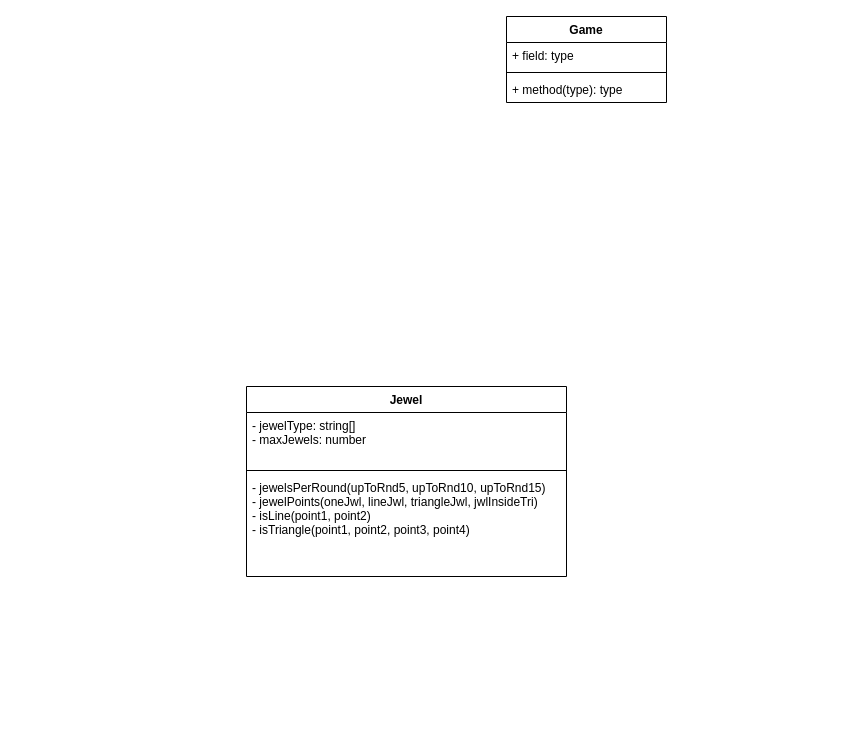
Before: design/class-diagram.drawio in sam-corbett/ICS4U-Final-Project-Sam, a draw.io diagram. Source tidied: cells renumbered, new cells numbered last; positions are measured from the earlier drawing's top-left corner, leaving out a move shared by most shapes. Both pictures are drawn from the tidied source at 100%, with x=0, y=0 at pixel (246, 16).
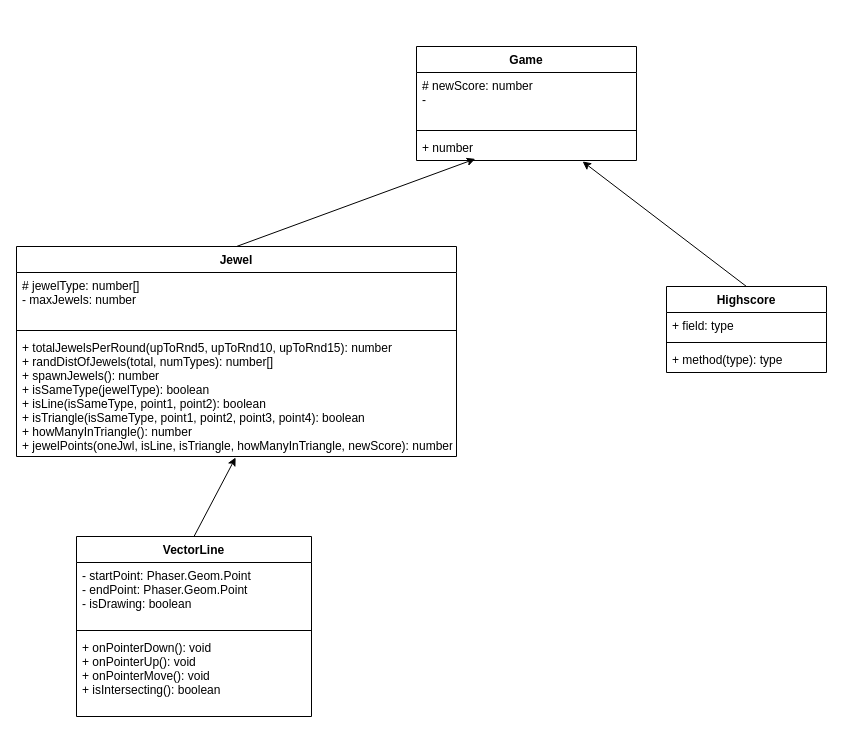
The same page after the edit.

Commit message:
class diagram in progress

Diff of the diagram source:
```diff
@@
+    <mxCell id="10" style="edgeStyle=none;html=1;exitX=0.5;exitY=0;exitDx=0;exitDy=0;entryX=0.267;entryY=0.938;entryDx=0;entryDy=0;entryPerimeter=0;" parent="1" edge="1" source="2" target="9">
+      <mxGeometry relative="1" as="geometry" />
+    </mxCell>
     <mxCell id="2" value="Jewel" style="swimlane;fontStyle=1;align=center;verticalAlign=top;horizontal=1;startSize=26;" parent="1" vertex="1">
-      <mxGeometry y="370" width="320" height="190" as="geometry" />
+      <mxGeometry x="-230" y="230" width="440" height="210" as="geometry" />
     </mxCell>
-    <mxCell id="3" value="- jewelType: string[]&#10;- maxJewels: number" style="text;strokeColor=none;fillColor=none;align=left;verticalAlign=top;spacingLeft=4;spacingRight=4;overflow=hidden;" parent="2" vertex="1">
-      <mxGeometry y="26" width="320" height="54" as="geometry" />
+    <mxCell id="3" value="# jewelType: number[]&#10;- maxJewels: number" style="text;strokeColor=none;fillColor=none;align=left;verticalAlign=top;spacingLeft=4;spacingRight=4;overflow=hidden;" parent="2" vertex="1">
+      <mxGeometry y="26" width="440" height="54" as="geometry" />
     </mxCell>
     <mxCell id="4" style="line;strokeWidth=1;fillColor=none;align=left;verticalAlign=middle;spacingTop=-1;spacingLeft=3;spacingRight=3;labelPosition=right;strokeColor=inherit;" parent="2" vertex="1">
-      <mxGeometry y="80" width="320" height="8" as="geometry" />
+      <mxGeometry y="80" width="440" height="8" as="geometry" />
     </mxCell>
-    <mxCell id="5" value="- jewelsPerRound(upToRnd5, upToRnd10, upToRnd15)&#10;- jewelPoints(oneJwl, lineJwl, triangleJwl, jwlInsideTri)&#10;- isLine(point1, point2)&#10;- isTriangle(point1, point2, point3, point4)" style="text;strokeColor=none;fillColor=none;align=left;verticalAlign=top;spacingLeft=4;spacingRight=4;overflow=hidden;points=[[0,0.5],[1,0.5]];portConstraint=eastwest;" parent="2" vertex="1">
-      <mxGeometry y="88" width="320" height="102" as="geometry" />
+    <mxCell id="5" value="+ totalJewelsPerRound(upToRnd5, upToRnd10, upToRnd15): number&#10;+ randDistOfJewels(total, numTypes): number[]&#10;+ spawnJewels(): number&#10;+ isSameType(jewelType): boolean&#10;+ isLine(isSameType, point1, point2): boolean&#10;+ isTriangle(isSameType, point1, point2, point3, point4): boolean&#10;+ howManyInTriangle(): number&#10;+ jewelPoints(oneJwl, isLine, isTriangle, howManyInTriangle, newScore): number" style="text;strokeColor=none;fillColor=none;align=left;verticalAlign=top;spacingLeft=4;spacingRight=4;overflow=hidden;points=[[0,0.5],[1,0.5]];portConstraint=eastwest;" parent="2" vertex="1">
+      <mxGeometry y="88" width="440" height="122" as="geometry" />
     </mxCell>
     <mxCell id="6" value="Game" style="swimlane;fontStyle=1;align=center;verticalAlign=top;horizontal=1;startSize=26;" parent="1" vertex="1">
-      <mxGeometry x="260" width="160" height="86" as="geometry" />
+      <mxGeometry x="170" y="30" width="220" height="114" as="geometry" />
     </mxCell>
-    <mxCell id="7" value="+ field: type" style="text;strokeColor=none;fillColor=none;align=left;verticalAlign=top;spacingLeft=4;spacingRight=4;overflow=hidden;" parent="6" vertex="1">
-      <mxGeometry y="26" width="160" height="26" as="geometry" />
+    <mxCell id="7" value="# newScore: number&#10;-" style="text;strokeColor=none;fillColor=none;align=left;verticalAlign=top;spacingLeft=4;spacingRight=4;overflow=hidden;" parent="6" vertex="1">
+      <mxGeometry y="26" width="220" height="54" as="geometry" />
     </mxCell>
     <mxCell id="8" style="line;strokeWidth=1;fillColor=none;align=left;verticalAlign=middle;spacingTop=-1;spacingLeft=3;spacingRight=3;labelPosition=right;strokeColor=inherit;" parent="6" vertex="1">
-      <mxGeometry y="52" width="160" height="8" as="geometry" />
+      <mxGeometry y="80" width="220" height="8" as="geometry" />
     </mxCell>
-    <mxCell id="9" value="+ method(type): type" style="text;strokeColor=none;fillColor=none;align=left;verticalAlign=top;spacingLeft=4;spacingRight=4;overflow=hidden;points=[[0,0.5],[1,0.5]];portConstraint=eastwest;" parent="6" vertex="1">
-      <mxGeometry y="60" width="160" height="26" as="geometry" />
+    <mxCell id="9" value="+ number" style="text;strokeColor=none;fillColor=none;align=left;verticalAlign=top;spacingLeft=4;spacingRight=4;overflow=hidden;points=[[0,0.5],[1,0.5]];portConstraint=eastwest;" parent="6" vertex="1">
+      <mxGeometry y="88" width="220" height="26" as="geometry" />
     </mxCell>
+    <mxCell id="11" style="edgeStyle=none;html=1;exitX=0.5;exitY=0;exitDx=0;exitDy=0;entryX=0.755;entryY=1.038;entryDx=0;entryDy=0;entryPerimeter=0;" parent="1" edge="1" source="12" target="9">
+      <mxGeometry relative="1" as="geometry" />
+    </mxCell>
+    <mxCell id="12" value="Highscore" style="swimlane;fontStyle=1;align=center;verticalAlign=top;horizontal=1;startSize=26;" parent="1" vertex="1">
+      <mxGeometry x="420" y="270" width="160" height="86" as="geometry" />
+    </mxCell>
+    <mxCell id="13" value="+ field: type" style="text;strokeColor=none;fillColor=none;align=left;verticalAlign=top;spacingLeft=4;spacingRight=4;overflow=hidden;" parent="12" vertex="1">
+      <mxGeometry y="26" width="160" height="26" as="geometry" />
+    </mxCell>
+    <mxCell id="14" style="line;strokeWidth=1;fillColor=none;align=left;verticalAlign=middle;spacingTop=-1;spacingLeft=3;spacingRight=3;labelPosition=right;strokeColor=inherit;" parent="12" vertex="1">
+      <mxGeometry y="52" width="160" height="8" as="geometry" />
+    </mxCell>
+    <mxCell id="15" value="+ method(type): type" style="text;strokeColor=none;fillColor=none;align=left;verticalAlign=top;spacingLeft=4;spacingRight=4;overflow=hidden;" parent="12" vertex="1">
+      <mxGeometry y="60" width="160" height="26" as="geometry" />
+    </mxCell>
+    <mxCell id="16" style="edgeStyle=none;html=1;exitX=0.5;exitY=0;exitDx=0;exitDy=0;entryX=0.498;entryY=1.008;entryDx=0;entryDy=0;entryPerimeter=0;" parent="1" edge="1" source="17" target="5">
+      <mxGeometry relative="1" as="geometry" />
+    </mxCell>
+    <mxCell id="17" value="VectorLine" style="swimlane;fontStyle=1;align=center;verticalAlign=top;horizontal=1;startSize=26;" parent="1" vertex="1">
+      <mxGeometry x="-170" y="520" width="235" height="180" as="geometry" />
+    </mxCell>
+    <mxCell id="18" value="- startPoint: Phaser.Geom.Point &#10;- endPoint: Phaser.Geom.Point&#10;- isDrawing: boolean" style="text;strokeColor=none;fillColor=none;align=left;verticalAlign=top;spacingLeft=4;spacingRight=4;overflow=hidden;" parent="17" vertex="1">
+      <mxGeometry y="26" width="235" height="64" as="geometry" />
+    </mxCell>
+    <mxCell id="19" style="line;strokeWidth=1;fillColor=none;align=left;verticalAlign=middle;spacingTop=-1;spacingLeft=3;spacingRight=3;labelPosition=right;strokeColor=inherit;" parent="17" vertex="1">
+      <mxGeometry y="90" width="235" height="8" as="geometry" />
+    </mxCell>
+    <mxCell id="20" value="+ onPointerDown(): void&#10;+ onPointerUp(): void&#10;+ onPointerMove(): void&#10;+ isIntersecting(): boolean" style="text;strokeColor=none;fillColor=none;align=left;verticalAlign=top;spacingLeft=4;spacingRight=4;overflow=hidden;" parent="17" vertex="1">
+      <mxGeometry y="98" width="235" height="82" as="geometry" />
+    </mxCell>
```
